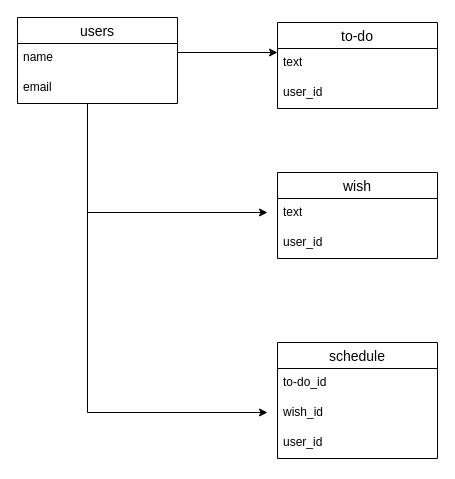
This is todo.dio from aasamelon/todo-note, a draw.io file, before an edit. Source tidied: cells renumbered, new cells numbered last; positions are measured from the earlier drawing's top-left corner, leaving out a move shared by most shapes. Both pictures are drawn from the tidied source at 100%, with x=0, y=0 at pixel (17, 17).
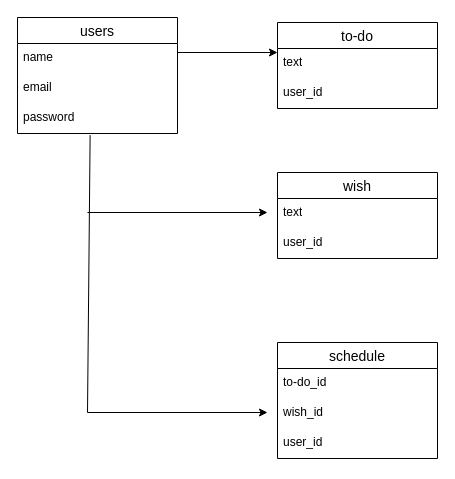
The same page after the edit.

Change to the diagram source:
```diff
@@
     <mxCell id="2" value="users" style="swimlane;fontStyle=0;horizontal=1;startSize=26;align=center;fontSize=14;" parent="1" vertex="1">
-      <mxGeometry width="160" height="86" as="geometry" />
+      <mxGeometry width="160" height="116" as="geometry" />
     </mxCell>
@@
+    <mxCell id="19" value="&lt;div&gt;password&lt;/div&gt;" style="text;strokeColor=none;fillColor=none;spacingLeft=4;spacingRight=4;overflow=hidden;points=[[0,0.5],[1,0.5]];portConstraint=eastwest;fontSize=12;whiteSpace=wrap;html=1;" parent="2" vertex="1">
+      <mxGeometry y="86" width="160" height="30" as="geometry" />
+    </mxCell>
@@
-    <mxCell id="17" style="endArrow=none;html=1;" parent="1" edge="1">
+    <mxCell id="17" style="endArrow=none;html=1;entryX=0.454;entryY=1.053;entryDx=0;entryDy=0;entryPerimeter=0;" parent="1" edge="1" target="19">
       <mxGeometry relative="1" as="geometry">
         <mxPoint x="70" y="395" as="sourcePoint" />
-        <mxPoint x="70" y="86" as="targetPoint" />
       </mxGeometry>
     </mxCell>
```
